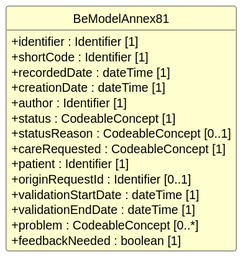
This is exports/diagrams/BeModelAnnex81-uml.svg from caresets/caresets-src, a PlantUML export, as it was before one commit.
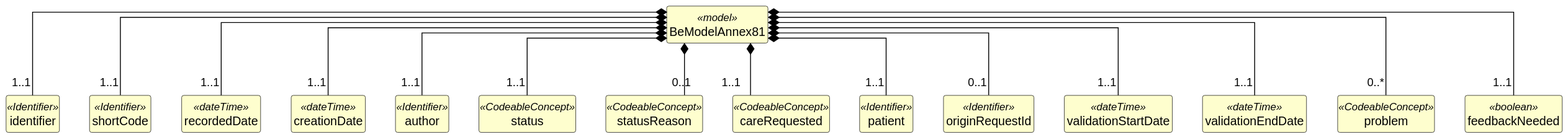
After the change.

Change to the diagram source:
```diff
@@ -12,20 +12,63 @@
 hide circle
 hide empty members
 
-class "BeModelAnnex81" as BeModelAnnex81 {
-  +identifier : Identifier [1]
-  +shortCode : Identifier [1]
-  +recordedDate : dateTime [1]
-  +creationDate : dateTime [1]
-  +author : Identifier [1]
-  +status : CodeableConcept [1]
-  +statusReason : CodeableConcept [0..1]
-  +careRequested : CodeableConcept [1]
-  +patient : Identifier [1]
-  +originRequestId : Identifier [0..1]
-  +validationStartDate : dateTime [1]
-  +validationEndDate : dateTime [1]
-  +problem : CodeableConcept [0..*]
-  +feedbackNeeded : boolean [1]
+class "BeModelAnnex81" as BeModelAnnex81 <<model>> {
 }
+
+class "identifier" as BeModelAnnex81_identifier <<Identifier>> {
+}
+
+class "shortCode" as BeModelAnnex81_shortCode <<Identifier>> {
+}
+
+class "recordedDate" as BeModelAnnex81_recordedDate <<dateTime>> {
+}
+
+class "creationDate" as BeModelAnnex81_creationDate <<dateTime>> {
+}
+
+class "author" as BeModelAnnex81_author <<Identifier>> {
+}
+
+class "status" as BeModelAnnex81_status <<CodeableConcept>> {
+}
+
+class "statusReason" as BeModelAnnex81_statusReason <<CodeableConcept>> {
+}
+
+class "careRequested" as BeModelAnnex81_careRequested <<CodeableConcept>> {
+}
+
+class "patient" as BeModelAnnex81_patient <<Identifier>> {
+}
+
+class "originRequestId" as BeModelAnnex81_originRequestId <<Identifier>> {
+}
+
+class "validationStartDate" as BeModelAnnex81_validationStartDate <<dateTime>> {
+}
+
+class "validationEndDate" as BeModelAnnex81_validationEndDate <<dateTime>> {
+}
+
+class "problem" as BeModelAnnex81_problem <<CodeableConcept>> {
+}
+
+class "feedbackNeeded" as BeModelAnnex81_feedbackNeeded <<boolean>> {
+}
+
+BeModelAnnex81 *-- "1..1" BeModelAnnex81_identifier
+BeModelAnnex81 *-- "1..1" BeModelAnnex81_shortCode
+BeModelAnnex81 *-- "1..1" BeModelAnnex81_recordedDate
+BeModelAnnex81 *-- "1..1" BeModelAnnex81_creationDate
+BeModelAnnex81 *-- "1..1" BeModelAnnex81_author
+BeModelAnnex81 *-- "1..1" BeModelAnnex81_status
+BeModelAnnex81 *-- "0..1" BeModelAnnex81_statusReason
+BeModelAnnex81 *-- "1..1" BeModelAnnex81_careRequested
+BeModelAnnex81 *-- "1..1" BeModelAnnex81_patient
+BeModelAnnex81 *-- "0..1" BeModelAnnex81_originRequestId
+BeModelAnnex81 *-- "1..1" BeModelAnnex81_validationStartDate
+BeModelAnnex81 *-- "1..1" BeModelAnnex81_validationEndDate
+BeModelAnnex81 *-- "0..*" BeModelAnnex81_problem
+BeModelAnnex81 *-- "1..1" BeModelAnnex81_feedbackNeeded
 @enduml
```
